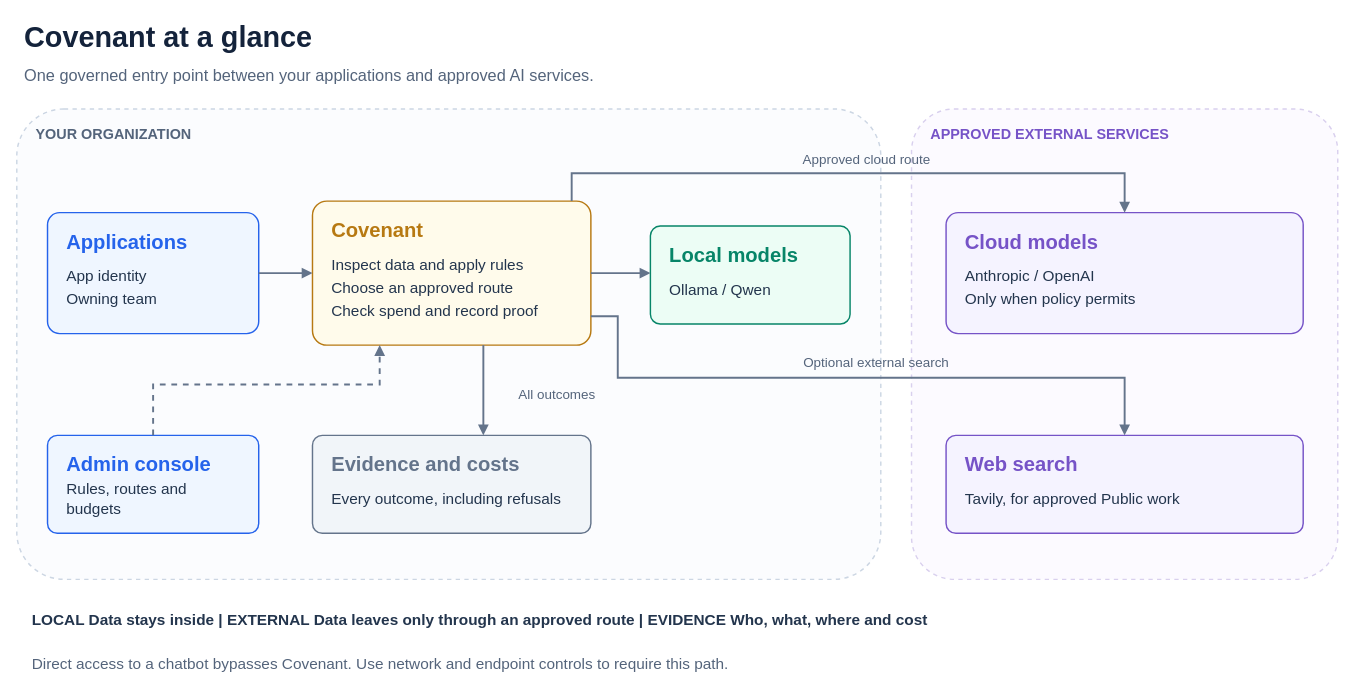
Earlier version of the draw.io diagram docs/diagrams/covenant-overview.drawio (command0r/Covenant). Source tidied: cells renumbered, new cells numbered last; positions are measured from the earlier drawing's top-left corner, leaving out a move shared by most shapes. Both pictures are drawn from the tidied source at 96%, with x=0, y=0 at pixel (16, 16).
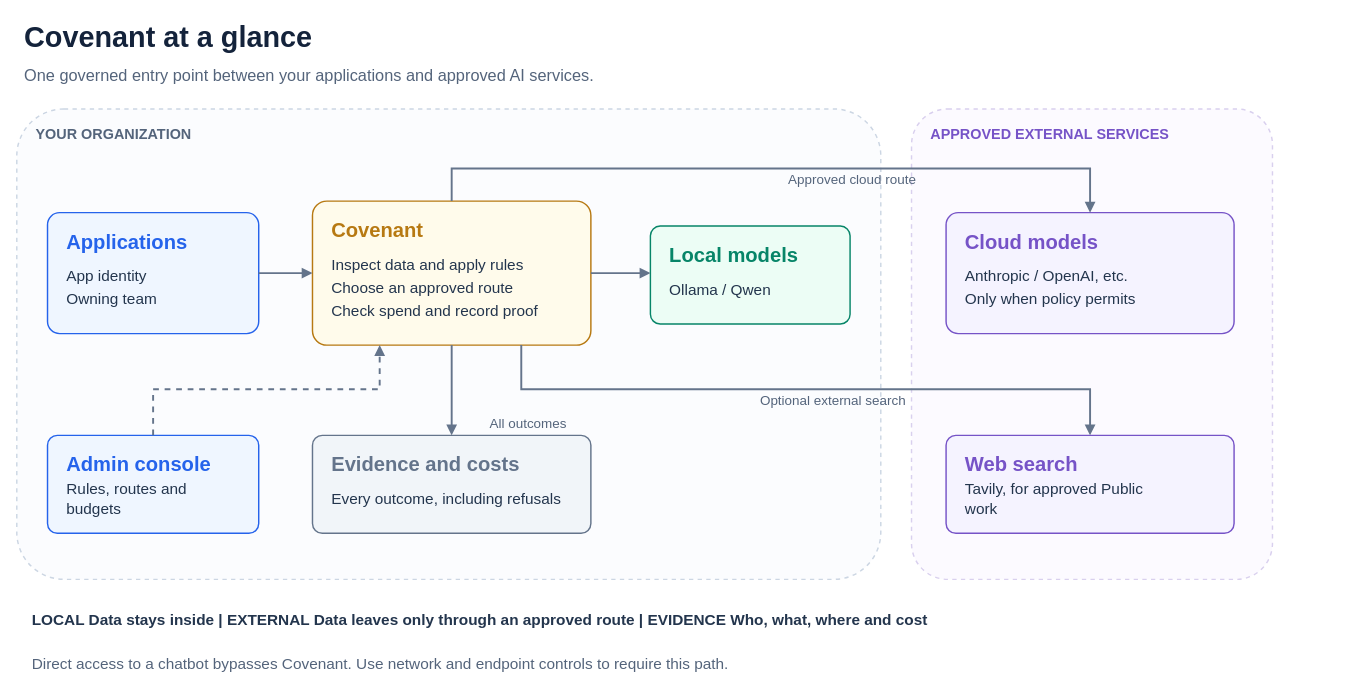
The same diagram, later.

Commit message (it also covers changes not shown here):
Refresh Covenant architecture diagrams and README previews

Unchanged cells that the change refers to:
```xml
<mxCell id="12" style="rounded=1;arcSize=10;fillColor=#FFFBEB;strokeColor=#B77912;strokeWidth=1.5;dashed=0;" parent="1" vertex="1">
  <mxGeometry x="308" y="192" width="290" height="150" as="geometry" />
</mxCell>
<mxCell id="27" style="rounded=1;arcSize=10;fillColor=#F1F5F9;strokeColor=#64748B;strokeWidth=1.5;dashed=0;" parent="1" vertex="1">
  <mxGeometry x="308" y="436" width="290" height="102" as="geometry" />
</mxCell>
```

What changed in the source:
```diff
@@
     <mxCell id="6" style="rounded=1;arcSize=10;fillColor=#FCFAFF;strokeColor=#D9D0EE;strokeWidth=1.5;dashed=1;" parent="1" vertex="1">
-      <mxGeometry x="932" y="96" width="444" height="490" as="geometry" />
+      <mxGeometry x="932" y="96" width="376" height="490" as="geometry" />
     </mxCell>
@@
     <mxCell id="20" style="rounded=1;arcSize=10;fillColor=#F5F3FF;strokeColor=#7653C7;strokeWidth=1.5;dashed=0;" parent="1" vertex="1">
-      <mxGeometry x="968" y="204" width="372" height="126" as="geometry" />
+      <mxGeometry x="968" y="204" width="300" height="126" as="geometry" />
     </mxCell>
@@
-    <mxCell id="22" value="Anthropic / OpenAI" style="text;html=0;whiteSpace=wrap;align=left;verticalAlign=middle;fontFamily=Arial;fontSize=16;fontColor=#23354D;fontStyle=0;spacing=0;" parent="1" vertex="1">
-      <mxGeometry x="988" y="258" width="332" height="24" as="geometry" />
+    <mxCell id="22" value="Anthropic / OpenAI, etc." style="text;html=0;whiteSpace=wrap;align=left;verticalAlign=middle;fontFamily=Arial;fontSize=16;fontColor=#23354D;fontStyle=0;spacing=0;" parent="1" vertex="1">
+      <mxGeometry x="988" y="258" width="220" height="24" as="geometry" />
     </mxCell>
     <mxCell id="23" value="Only when policy permits" style="text;html=0;whiteSpace=wrap;align=left;verticalAlign=middle;fontFamily=Arial;fontSize=16;fontColor=#23354D;fontStyle=0;spacing=0;" parent="1" vertex="1">
-      <mxGeometry x="988" y="282" width="332" height="24" as="geometry" />
+      <mxGeometry x="988" y="282" width="220" height="24" as="geometry" />
     </mxCell>
@@
     <mxCell id="30" style="rounded=1;arcSize=10;fillColor=#F5F3FF;strokeColor=#7653C7;strokeWidth=1.5;dashed=0;" parent="1" vertex="1">
-      <mxGeometry x="968" y="436" width="372" height="102" as="geometry" />
+      <mxGeometry x="968" y="436" width="300" height="102" as="geometry" />
     </mxCell>
     <mxCell id="31" value="Web search" style="text;html=0;whiteSpace=wrap;align=left;verticalAlign=middle;fontFamily=Arial;fontSize=21;fontColor=#7653C7;fontStyle=1;spacing=0;" parent="1" vertex="1">
-      <mxGeometry x="988" y="451" width="336" height="30" as="geometry" />
+      <mxGeometry x="988" y="451" width="190" height="30" as="geometry" />
     </mxCell>
     <mxCell id="32" value="Tavily, for approved Public work" style="text;html=0;whiteSpace=wrap;align=left;verticalAlign=middle;fontFamily=Arial;fontSize=16;fontColor=#23354D;fontStyle=0;spacing=0;" parent="1" vertex="1">
-      <mxGeometry x="988" y="490" width="332" height="24" as="geometry" />
+      <mxGeometry x="988" y="490" width="200" height="24" as="geometry" />
     </mxCell>
@@
-    <mxCell id="35" style="endArrow=block;endFill=1;rounded=0;strokeColor=#64748B;strokeWidth=2;dashed=0;" parent="1" edge="1">
-      <mxGeometry relative="1" as="geometry">
-        <mxPoint x="578" y="192" as="sourcePoint" />
-        <mxPoint x="1154" y="204" as="targetPoint" />
+    <mxCell id="35" style="endArrow=block;endFill=1;rounded=0;strokeColor=#64748B;strokeWidth=2;dashed=0;exitX=0.5;exitY=0;exitDx=0;exitDy=0;entryX=0.5;entryY=0;entryDx=0;entryDy=0;" parent="1" edge="1" source="12" target="20">
+      <mxGeometry x="0.1" relative="1" as="geometry">
         <Array as="points">
-          <mxPoint x="578" y="163" />
-          <mxPoint x="1154" y="163" />
+          <mxPoint x="453" y="158" />
+          <mxPoint x="798" y="158" />
+          <mxPoint x="1118" y="158" />
         </Array>
       </mxGeometry>
     </mxCell>
     <mxCell id="36" value="Approved cloud route" style="text;html=0;whiteSpace=wrap;align=center;verticalAlign=middle;fontFamily=Arial;fontSize=14;fontColor=#54647B;fontStyle=0;spacing=0;" parent="1" vertex="1">
-      <mxGeometry x="768" y="137" width="235" height="24" as="geometry" />
+      <mxGeometry x="753" y="158" width="235" height="24" as="geometry" />
     </mxCell>
-    <mxCell id="37" style="endArrow=block;endFill=1;rounded=0;strokeColor=#64748B;strokeWidth=2;dashed=0;" parent="1" edge="1">
-      <mxGeometry relative="1" as="geometry">
-        <mxPoint x="598" y="312" as="sourcePoint" />
-        <mxPoint x="1154" y="436" as="targetPoint" />
+    <mxCell id="37" style="endArrow=block;endFill=1;rounded=0;strokeColor=#64748B;strokeWidth=2;dashed=0;exitX=0.75;exitY=1;exitDx=0;exitDy=0;entryX=0.5;entryY=0;entryDx=0;entryDy=0;" parent="1" edge="1" source="12" target="30">
+      <mxGeometry x="0.15" relative="1" as="geometry">
         <Array as="points">
-          <mxPoint x="626" y="312" />
-          <mxPoint x="626" y="376" />
-          <mxPoint x="1154" y="376" />
+          <mxPoint x="525.5" y="388" />
+          <mxPoint x="888" y="388" />
+          <mxPoint x="1118" y="388" />
         </Array>
       </mxGeometry>
     </mxCell>
     <mxCell id="38" value="Optional external search" style="text;html=0;whiteSpace=wrap;align=center;verticalAlign=middle;fontFamily=Arial;fontSize=14;fontColor=#54647B;fontStyle=0;spacing=0;" parent="1" vertex="1">
-      <mxGeometry x="778" y="348" width="235" height="24" as="geometry" />
+      <mxGeometry x="733" y="388" width="235" height="24" as="geometry" />
     </mxCell>
     <mxCell id="39" style="endArrow=block;endFill=1;rounded=0;strokeColor=#64748B;strokeWidth=2;dashed=1;" parent="1" edge="1">
-      <mxGeometry relative="1" as="geometry">
+      <mxGeometry x="-0.03" relative="1" as="geometry">
         <mxPoint x="142" y="436" as="sourcePoint" />
         <mxPoint x="378" y="342" as="targetPoint" />
         <Array as="points">
-          <mxPoint x="142" y="383" />
-          <mxPoint x="378" y="383" />
+          <mxPoint x="142" y="388" />
+          <mxPoint x="258" y="388" />
+          <mxPoint x="378" y="388" />
         </Array>
       </mxGeometry>
     </mxCell>
-    <mxCell id="40" style="endArrow=block;endFill=1;rounded=0;strokeColor=#64748B;strokeWidth=2;dashed=0;" parent="1" edge="1">
-      <mxGeometry relative="1" as="geometry">
-        <mxPoint x="486" y="342" as="sourcePoint" />
-        <mxPoint x="486" y="436" as="targetPoint" />
-      </mxGeometry>
+    <mxCell id="40" style="endArrow=block;endFill=1;rounded=0;strokeColor=#64748B;strokeWidth=2;dashed=0;exitX=0.5;exitY=1;exitDx=0;exitDy=0;entryX=0.5;entryY=0;entryDx=0;entryDy=0;" parent="1" edge="1" source="12" target="27">
+      <mxGeometry relative="1" as="geometry" />
     </mxCell>
     <mxCell id="41" value="All outcomes" style="text;html=0;whiteSpace=wrap;align=center;verticalAlign=middle;fontFamily=Arial;fontSize=14;fontColor=#54647B;fontStyle=0;spacing=0;" parent="1" vertex="1">
-      <mxGeometry x="498" y="382" width="130" height="24" as="geometry" />
+      <mxGeometry x="468" y="412" width="130" height="24" as="geometry" />
     </mxCell>
```
